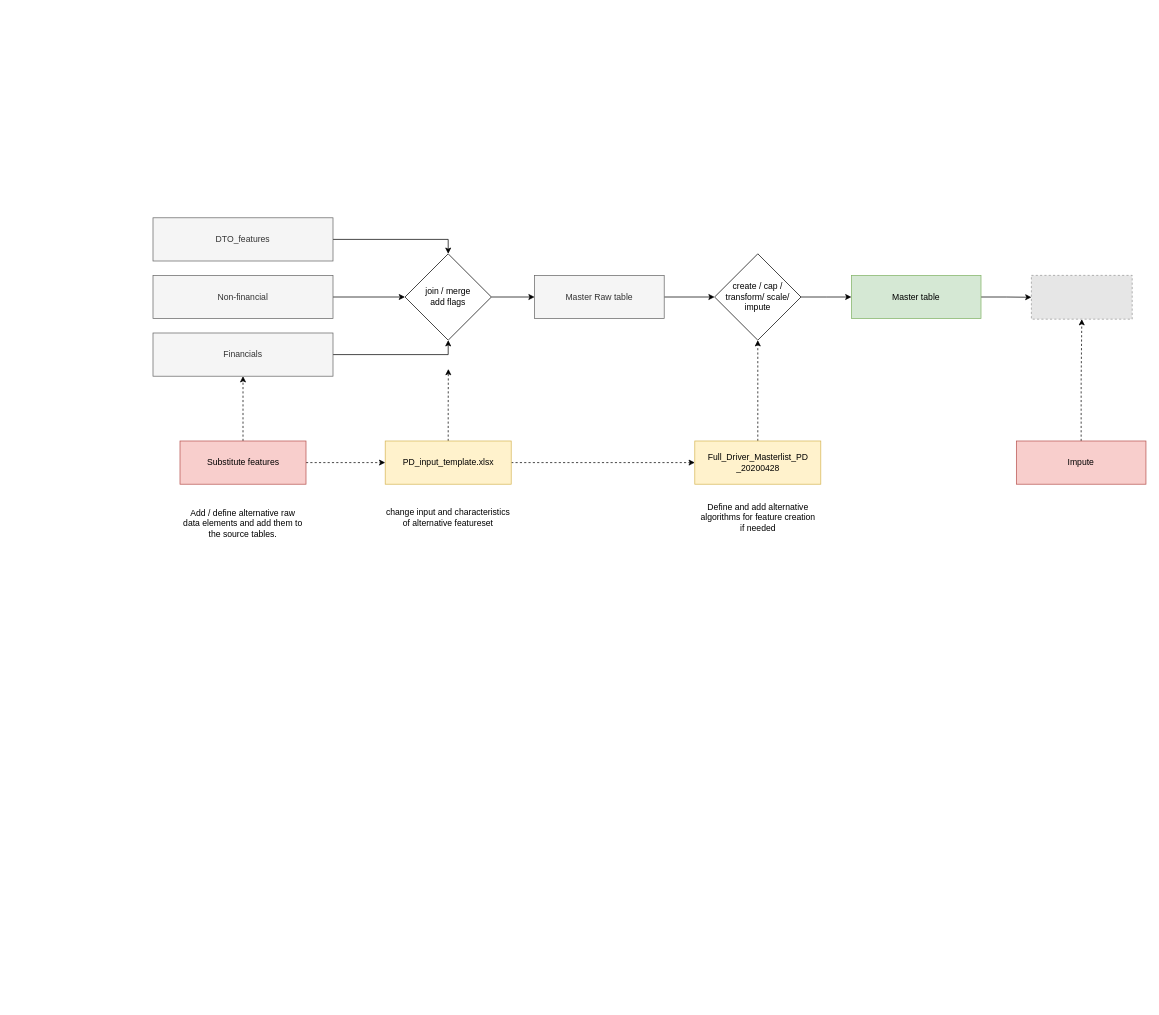
This is capital_feasibility_flow.drawio from mhux2000/100-pandas-puzzles, a draw.io file, before an edit. Source tidied: cells renumbered, new cells numbered last; positions are measured from the earlier drawing's top-left corner, leaving out a move shared by most shapes. Both pictures are drawn from the tidied source at 72%, with x=0, y=0 at pixel (153, 217). Pictures stored in the file or linked from it are replaced by grey dashed boxes.
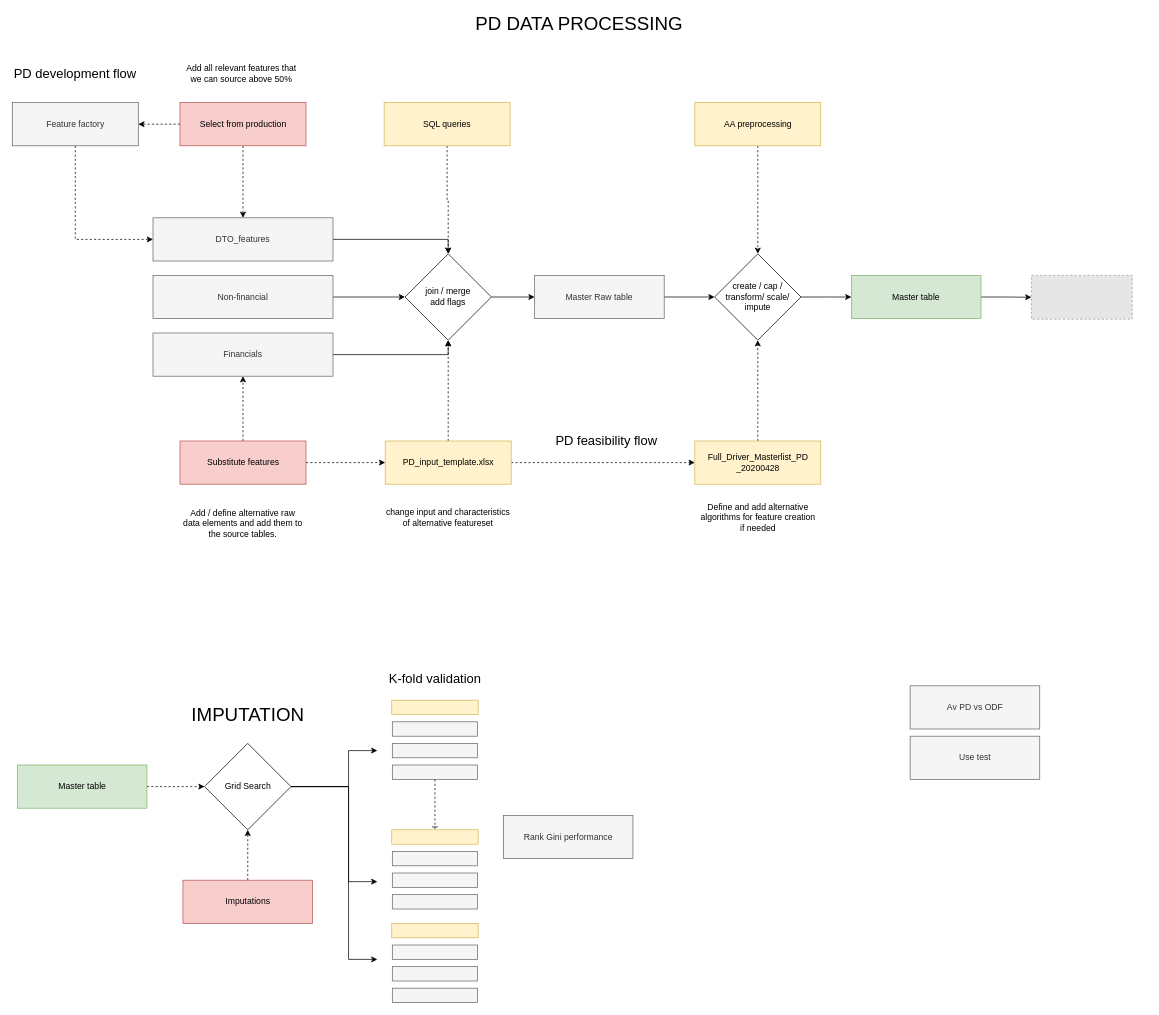
After the change.

Unchanged cells that the change refers to:
```xml
<mxCell id="5" value="join / merge&lt;br&gt;add flags" style="rhombus;whiteSpace=wrap;html=1;" parent="1" vertex="1">
  <mxGeometry x="350" y="50" width="120" height="120" as="geometry" />
</mxCell>
<mxCell id="7" value="DTO_features" style="rounded=0;whiteSpace=wrap;html=1;fillColor=#f5f5f5;strokeColor=#666666;fontColor=#333333;" parent="1" vertex="1">
  <mxGeometry width="250" height="60" as="geometry" />
</mxCell>
<mxCell id="14" value="PD_input_template.xlsx" style="rounded=0;whiteSpace=wrap;html=1;fillColor=#fff2cc;strokeColor=#d6b656;" parent="1" vertex="1">
  <mxGeometry x="322.5" y="310" width="175" height="60" as="geometry" />
</mxCell>
<mxCell id="23" value="create / cap / transform/ scale/ impute" style="rhombus;whiteSpace=wrap;html=1;" parent="1" vertex="1">
  <mxGeometry x="780" y="50" width="120" height="120" as="geometry" />
</mxCell>
<mxCell id="26" style="fillColor=#E6E6E6;strokeColor=#999999;dashed=1;verticalLabelPosition=bottom;labelBackgroundColor=#ffffff;verticalAlign=top;" parent="1" vertex="1">
  <mxGeometry x="1220" y="80" width="140" height="60.8" as="geometry" />
</mxCell>
```

The edit, as a diff of the source:
```diff
@@
-    <mxCell id="12" style="edgeStyle=orthogonalEdgeStyle;rounded=0;jettySize=auto;html=1;exitX=0.5;exitY=0;exitDx=0;exitDy=0;dashed=1;" parent="1" edge="1" source="14">
-      <mxGeometry relative="1" as="geometry">
-        <mxPoint x="410.2" y="210" as="targetPoint" />
-      </mxGeometry>
+    <mxCell id="12" style="edgeStyle=orthogonalEdgeStyle;rounded=0;jettySize=auto;html=1;exitX=0.5;exitY=0;exitDx=0;exitDy=0;dashed=1;entryX=0.5;entryY=1;entryDx=0;entryDy=0;" parent="1" edge="1" source="14" target="5">
+      <mxGeometry relative="1" as="geometry" />
     </mxCell>
@@
-    <mxCell id="28" style="edgeStyle=orthogonalEdgeStyle;rounded=0;jettySize=auto;html=1;exitX=0.5;exitY=0;exitDx=0;exitDy=0;entryX=0.5;entryY=1;entryDx=0;entryDy=0;dashed=1;" parent="1" edge="1" source="29" target="26">
-      <mxGeometry relative="1" as="geometry" />
-    </mxCell>
-    <mxCell id="29" value="Impute" style="rounded=0;whiteSpace=wrap;html=1;fillColor=#f8cecc;strokeColor=#b85450;" parent="1" vertex="1">
-      <mxGeometry x="1199.1" y="310" width="180" height="60" as="geometry" />
-    </mxCell>
+    <mxCell id="30" value="&lt;font style=&quot;font-size: 26px&quot;&gt;PD DATA PROCESSING&lt;/font&gt;" style="text;html=1;strokeColor=none;fillColor=none;align=center;verticalAlign=middle;whiteSpace=wrap;rounded=0;" parent="1" vertex="1">
+      <mxGeometry x="316.6" y="-280" width="550" height="20" as="geometry" />
+    </mxCell>
+    <mxCell id="31" value="&lt;font style=&quot;font-size: 18px;&quot;&gt;PD development flow&lt;/font&gt;" style="text;html=1;strokeColor=none;fillColor=none;align=left;verticalAlign=middle;whiteSpace=wrap;rounded=0;fontSize=18;" parent="1" vertex="1">
+      <mxGeometry x="-195" y="-210" width="550" height="20" as="geometry" />
+    </mxCell>
+    <mxCell id="32" value="&lt;font style=&quot;font-size: 18px;&quot;&gt;PD feasibility flow&lt;/font&gt;" style="text;html=1;strokeColor=none;fillColor=none;align=center;verticalAlign=middle;whiteSpace=wrap;rounded=0;fontSize=18;" parent="1" vertex="1">
+      <mxGeometry x="355" y="300" width="550" height="20" as="geometry" />
+    </mxCell>
+    <mxCell id="33" style="edgeStyle=orthogonalEdgeStyle;rounded=0;jettySize=auto;html=1;exitX=0.5;exitY=1;exitDx=0;exitDy=0;entryX=0.5;entryY=0;entryDx=0;entryDy=0;dashed=1;" parent="1" edge="1" source="35" target="7">
+      <mxGeometry relative="1" as="geometry" />
+    </mxCell>
+    <mxCell id="34" style="edgeStyle=orthogonalEdgeStyle;rounded=0;jettySize=auto;html=1;exitX=0;exitY=0.5;exitDx=0;exitDy=0;entryX=1;entryY=0.5;entryDx=0;entryDy=0;dashed=1;" parent="1" edge="1" source="35" target="37">
+      <mxGeometry relative="1" as="geometry" />
+    </mxCell>
+    <mxCell id="35" value="Select from production" style="rounded=0;whiteSpace=wrap;html=1;fillColor=#f8cecc;strokeColor=#b85450;" parent="1" vertex="1">
+      <mxGeometry x="37.5" y="-160" width="175" height="60" as="geometry" />
+    </mxCell>
+    <mxCell id="36" style="edgeStyle=orthogonalEdgeStyle;rounded=0;jettySize=auto;html=1;entryX=0;entryY=0.5;entryDx=0;entryDy=0;dashed=1;" parent="1" edge="1" source="37" target="7">
+      <mxGeometry relative="1" as="geometry">
+        <Array as="points">
+          <mxPoint x="-107.4" y="30" />
+        </Array>
+      </mxGeometry>
+    </mxCell>
+    <mxCell id="37" value="Feature factory" style="rounded=0;whiteSpace=wrap;html=1;fillColor=#f5f5f5;strokeColor=#666666;fontColor=#333333;" parent="1" vertex="1">
+      <mxGeometry x="-195.4" y="-160" width="175" height="60" as="geometry" />
+    </mxCell>
+    <mxCell id="38" style="edgeStyle=orthogonalEdgeStyle;rounded=0;jettySize=auto;html=1;exitX=0.5;exitY=1;exitDx=0;exitDy=0;dashed=1;entryX=0.5;entryY=0;entryDx=0;entryDy=0;" parent="1" edge="1" source="39" target="5">
+      <mxGeometry relative="1" as="geometry" />
+    </mxCell>
+    <mxCell id="39" value="SQL queries" style="rounded=0;whiteSpace=wrap;html=1;fillColor=#fff2cc;strokeColor=#d6b656;" parent="1" vertex="1">
+      <mxGeometry x="321" y="-160" width="175" height="60" as="geometry" />
+    </mxCell>
+    <mxCell id="40" style="edgeStyle=orthogonalEdgeStyle;rounded=0;jettySize=auto;html=1;exitX=0.5;exitY=1;exitDx=0;exitDy=0;entryX=0.5;entryY=0;entryDx=0;entryDy=0;dashed=1;" parent="1" edge="1" source="41" target="23">
+      <mxGeometry relative="1" as="geometry" />
+    </mxCell>
+    <mxCell id="41" value="AA preprocessing" style="rounded=0;whiteSpace=wrap;html=1;fillColor=#fff2cc;strokeColor=#d6b656;" parent="1" vertex="1">
+      <mxGeometry x="752.5" y="-160" width="175" height="60" as="geometry" />
+    </mxCell>
+    <mxCell id="42" value="Add all relevant features that we can source above 50%" style="text;html=1;strokeColor=none;fillColor=none;align=center;verticalAlign=middle;whiteSpace=wrap;rounded=0;" parent="1" vertex="1">
+      <mxGeometry x="37.5" y="-245" width="170" height="90" as="geometry" />
+    </mxCell>
+    <mxCell id="43" style="edgeStyle=orthogonalEdgeStyle;rounded=0;jettySize=auto;html=1;exitX=1;exitY=0.5;exitDx=0;exitDy=0;dashed=1;fontSize=18;entryX=0;entryY=0.5;entryDx=0;entryDy=0;" parent="1" edge="1" source="44" target="56">
+      <mxGeometry relative="1" as="geometry" />
+    </mxCell>
+    <mxCell id="44" value="Master table" style="rounded=0;whiteSpace=wrap;html=1;fillColor=#d5e8d4;strokeColor=#82b366;" parent="1" vertex="1">
+      <mxGeometry x="-188.4" y="760" width="180" height="60" as="geometry" />
+    </mxCell>
+    <mxCell id="45" value="&lt;font style=&quot;font-size: 26px&quot;&gt;IMPUTATION&lt;/font&gt;" style="text;html=1;strokeColor=none;fillColor=none;align=center;verticalAlign=middle;whiteSpace=wrap;rounded=0;" parent="1" vertex="1">
+      <mxGeometry x="-143.4" y="680" width="550" height="20" as="geometry" />
+    </mxCell>
+    <mxCell id="46" style="edgeStyle=orthogonalEdgeStyle;rounded=0;jettySize=auto;html=1;exitX=0.5;exitY=0;exitDx=0;exitDy=0;entryX=0.5;entryY=1;entryDx=0;entryDy=0;endArrow=classic;endFill=1;fontSize=18;dashed=1;" parent="1" edge="1" source="47" target="56">
+      <mxGeometry relative="1" as="geometry" />
+    </mxCell>
+    <mxCell id="47" value="Imputations" style="rounded=0;whiteSpace=wrap;html=1;fillColor=#f8cecc;strokeColor=#b85450;" parent="1" vertex="1">
+      <mxGeometry x="41.6" y="920" width="180" height="60" as="geometry" />
+    </mxCell>
+    <mxCell id="48" style="group;" parent="1" vertex="1">
+      <mxGeometry x="331.6" y="670" width="120" height="110" as="geometry" />
+    </mxCell>
+    <mxCell id="49" style="rounded=0;whiteSpace=wrap;html=1;fillColor=#fff2cc;fontSize=18;align=left;strokeColor=#d6b656;" parent="48" vertex="1">
+      <mxGeometry width="120" height="20" as="geometry" />
+    </mxCell>
+    <mxCell id="50" style="rounded=0;whiteSpace=wrap;html=1;fillColor=#f5f5f5;fontSize=18;align=left;strokeColor=#666666;fontColor=#333333;" parent="48" vertex="1">
+      <mxGeometry x="0.8" y="30" width="118.4" height="20" as="geometry" />
+    </mxCell>
+    <mxCell id="51" style="rounded=0;whiteSpace=wrap;html=1;fillColor=#f5f5f5;fontSize=18;align=left;strokeColor=#666666;fontColor=#333333;" parent="48" vertex="1">
+      <mxGeometry x="0.8" y="60" width="118.4" height="20" as="geometry" />
+    </mxCell>
+    <mxCell id="52" style="rounded=0;whiteSpace=wrap;html=1;fillColor=#f5f5f5;fontSize=18;align=left;strokeColor=#666666;fontColor=#333333;" parent="48" vertex="1">
+      <mxGeometry x="0.8" y="90" width="118.4" height="20" as="geometry" />
+    </mxCell>
+    <mxCell id="53" style="edgeStyle=orthogonalEdgeStyle;rounded=0;jettySize=auto;html=1;exitX=1;exitY=0.5;exitDx=0;exitDy=0;fontSize=18;" parent="1" edge="1" source="56">
+      <mxGeometry relative="1" as="geometry">
+        <mxPoint x="311.6" y="740" as="targetPoint" />
+        <Array as="points">
+          <mxPoint x="271.6" y="790" />
+          <mxPoint x="271.6" y="740" />
+        </Array>
+      </mxGeometry>
+    </mxCell>
+    <mxCell id="54" style="edgeStyle=orthogonalEdgeStyle;rounded=0;jettySize=auto;html=1;exitX=1;exitY=0.5;exitDx=0;exitDy=0;endArrow=classic;endFill=1;fontSize=18;" parent="1" edge="1" source="56">
+      <mxGeometry relative="1" as="geometry">
+        <mxPoint x="311.6" y="922" as="targetPoint" />
+        <Array as="points">
+          <mxPoint x="271.6" y="790" />
+          <mxPoint x="271.6" y="922" />
+        </Array>
+      </mxGeometry>
+    </mxCell>
+    <mxCell id="55" style="edgeStyle=orthogonalEdgeStyle;rounded=0;jettySize=auto;html=1;exitX=1;exitY=0.5;exitDx=0;exitDy=0;endArrow=classic;endFill=1;fontSize=18;" parent="1" edge="1" source="56">
+      <mxGeometry relative="1" as="geometry">
+        <mxPoint x="311.6" y="1030" as="targetPoint" />
+        <Array as="points">
+          <mxPoint x="271.6" y="790" />
+          <mxPoint x="271.6" y="1030" />
+        </Array>
+      </mxGeometry>
+    </mxCell>
+    <mxCell id="56" value="Grid Search" style="rhombus;whiteSpace=wrap;html=1;" parent="1" vertex="1">
+      <mxGeometry x="71.6" y="730" width="120" height="120" as="geometry" />
+    </mxCell>
+    <mxCell id="57" value="&lt;font style=&quot;font-size: 18px&quot;&gt;K-fold validation&lt;/font&gt;" style="text;html=1;strokeColor=none;fillColor=none;align=center;verticalAlign=middle;whiteSpace=wrap;rounded=0;fontSize=18;" parent="1" vertex="1">
+      <mxGeometry x="116.6" y="630" width="550" height="20" as="geometry" />
+    </mxCell>
+    <mxCell id="58" style="group;" parent="1" vertex="1">
+      <mxGeometry x="331.6" y="850" width="120" height="110" as="geometry" />
+    </mxCell>
+    <mxCell id="59" style="rounded=0;whiteSpace=wrap;html=1;fillColor=#fff2cc;fontSize=18;align=left;strokeColor=#d6b656;" parent="58" vertex="1">
+      <mxGeometry width="120" height="20" as="geometry" />
+    </mxCell>
+    <mxCell id="60" style="rounded=0;whiteSpace=wrap;html=1;fillColor=#f5f5f5;fontSize=18;align=left;strokeColor=#666666;fontColor=#333333;" parent="58" vertex="1">
+      <mxGeometry x="0.8" y="30" width="118.4" height="20" as="geometry" />
+    </mxCell>
+    <mxCell id="61" style="rounded=0;whiteSpace=wrap;html=1;fillColor=#f5f5f5;fontSize=18;align=left;strokeColor=#666666;fontColor=#333333;" parent="58" vertex="1">
+      <mxGeometry x="0.8" y="60" width="118.4" height="20" as="geometry" />
+    </mxCell>
+    <mxCell id="62" style="rounded=0;whiteSpace=wrap;html=1;fillColor=#f5f5f5;fontSize=18;align=left;strokeColor=#666666;fontColor=#333333;" parent="58" vertex="1">
+      <mxGeometry x="0.8" y="90" width="118.4" height="20" as="geometry" />
+    </mxCell>
+    <mxCell id="63" style="edgeStyle=orthogonalEdgeStyle;rounded=0;jettySize=auto;html=1;exitX=0.5;exitY=1;exitDx=0;exitDy=0;entryX=0.5;entryY=0;entryDx=0;entryDy=0;fontSize=18;dashed=1;endArrow=ERone;endFill=0;" parent="1" edge="1" source="52" target="59">
+      <mxGeometry relative="1" as="geometry" />
+    </mxCell>
+    <mxCell id="64" style="group;" parent="1" vertex="1">
+      <mxGeometry x="331.6" y="980" width="120" height="110" as="geometry" />
+    </mxCell>
+    <mxCell id="65" style="rounded=0;whiteSpace=wrap;html=1;fillColor=#fff2cc;fontSize=18;align=left;strokeColor=#d6b656;" parent="64" vertex="1">
+      <mxGeometry width="120" height="20" as="geometry" />
+    </mxCell>
+    <mxCell id="66" style="rounded=0;whiteSpace=wrap;html=1;fillColor=#f5f5f5;fontSize=18;align=left;strokeColor=#666666;fontColor=#333333;" parent="64" vertex="1">
+      <mxGeometry x="0.8" y="30" width="118.4" height="20" as="geometry" />
+    </mxCell>
+    <mxCell id="67" style="rounded=0;whiteSpace=wrap;html=1;fillColor=#f5f5f5;fontSize=18;align=left;strokeColor=#666666;fontColor=#333333;" parent="64" vertex="1">
+      <mxGeometry x="0.8" y="60" width="118.4" height="20" as="geometry" />
+    </mxCell>
+    <mxCell id="68" style="rounded=0;whiteSpace=wrap;html=1;fillColor=#f5f5f5;fontSize=18;align=left;strokeColor=#666666;fontColor=#333333;" parent="64" vertex="1">
+      <mxGeometry x="0.8" y="90" width="118.4" height="20" as="geometry" />
+    </mxCell>
+    <mxCell id="69" style="edgeStyle=orthogonalEdgeStyle;shape=link;rounded=0;orthogonalLoop=1;jettySize=auto;html=1;exitX=0.5;exitY=1;exitDx=0;exitDy=0;dashed=1;endArrow=ERone;endFill=0;fontSize=18;" parent="1" edge="1" source="45" target="45">
+      <mxGeometry relative="1" as="geometry" />
+    </mxCell>
+    <mxCell id="70" value="Rank Gini performance" style="rounded=0;whiteSpace=wrap;html=1;fillColor=#f5f5f5;strokeColor=#666666;fontColor=#333333;" parent="1" vertex="1">
+      <mxGeometry x="486.6" y="830" width="180" height="60" as="geometry" />
+    </mxCell>
+    <mxCell id="71" value="Av PD vs ODF" style="rounded=0;whiteSpace=wrap;html=1;fillColor=#f5f5f5;strokeColor=#666666;fontColor=#333333;" parent="1" vertex="1">
+      <mxGeometry x="1051.6" y="650" width="180" height="60" as="geometry" />
+    </mxCell>
+    <mxCell id="72" value="Use test" style="rounded=0;whiteSpace=wrap;html=1;fillColor=#f5f5f5;strokeColor=#666666;fontColor=#333333;" parent="1" vertex="1">
+      <mxGeometry x="1051.6" y="720" width="180" height="60" as="geometry" />
+    </mxCell>
```
